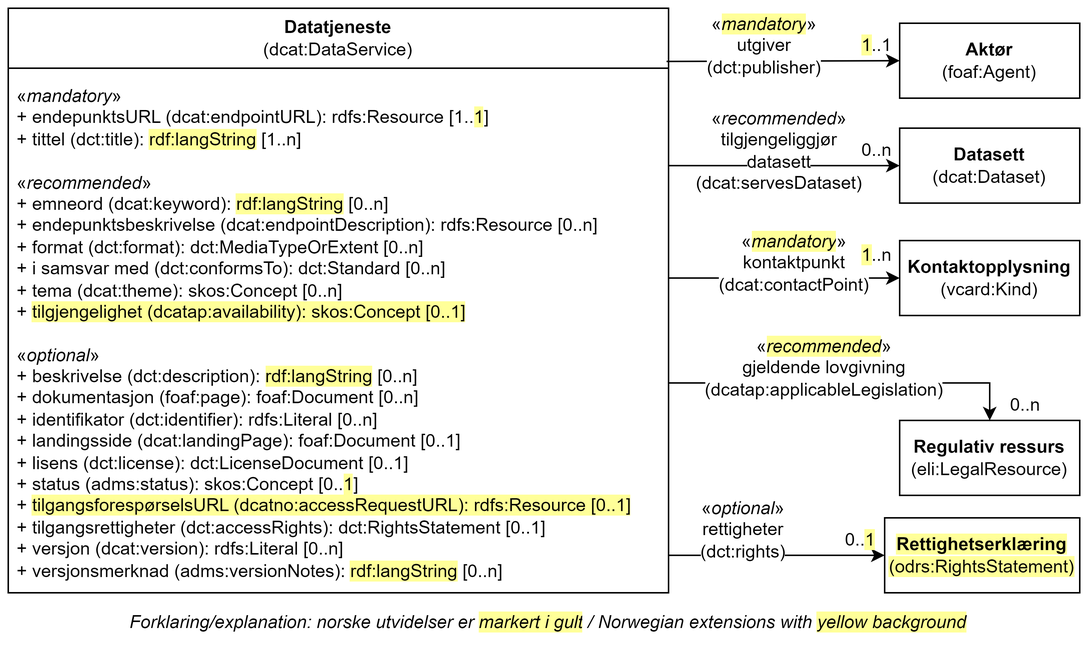
Earlier version of the draw.io export images/Klassen-Datatjeneste.png (Informasjonsforvaltning/dcat-ap-no). Source tidied: cells renumbered, new cells last; positions are measured from the earlier drawing's top-left corner, leaving out a move shared by most shapes.
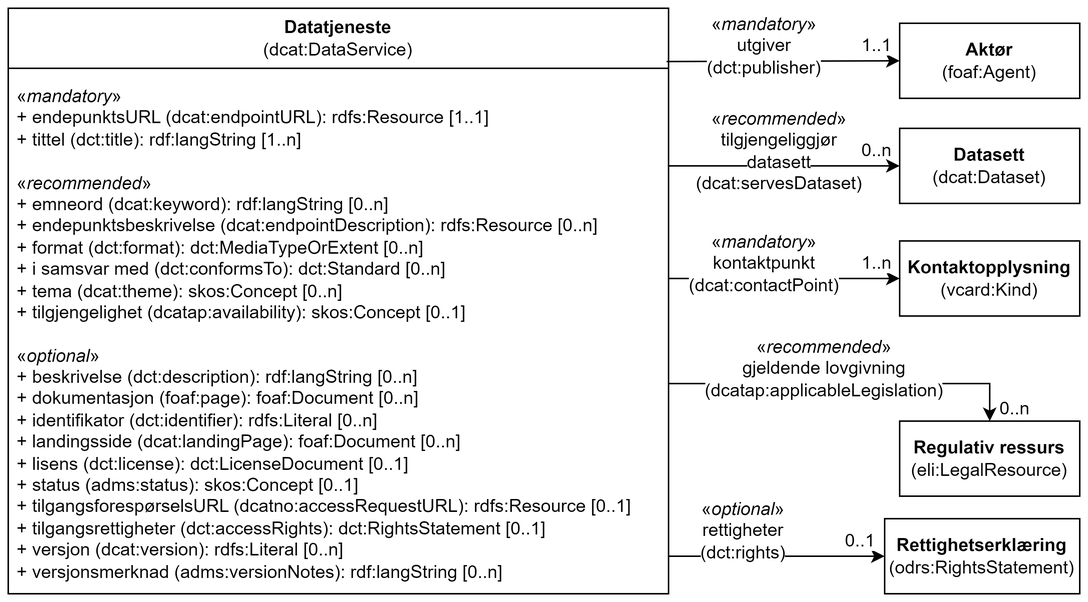
The same file after the commit.

What changed in the source:
```diff
@@ -5,7 +5,7 @@
     <mxCell id="2" value="Datatjeneste&lt;br&gt;&lt;span style=&quot;font-weight: normal;&quot;&gt;(dcat:DataService)&lt;/span&gt;" style="swimlane;whiteSpace=wrap;html=1;startSize=40;" parent="1" vertex="1">
       <mxGeometry width="440" height="390" as="geometry" />
     </mxCell>
-    <mxCell id="3" value="«&lt;i style=&quot;&quot;&gt;mandatory&lt;/i&gt;»&lt;br&gt;&lt;div&gt;+ endepunktsURL (dcat:endpointURL): rdfs:Resource [1..&lt;span style=&quot;background-color: rgb(255, 255, 153);&quot;&gt;1&lt;/span&gt;]&lt;/div&gt;&lt;div&gt;&lt;span style=&quot;background-color: initial;&quot;&gt;+ tittel (dct:title): &lt;/span&gt;&lt;span style=&quot;background-color: rgb(255, 255, 153);&quot;&gt;rdf:langString&lt;/span&gt;&lt;span style=&quot;background-color: initial;&quot;&gt; [1..n]&lt;/span&gt;&lt;br&gt;&lt;/div&gt;&lt;div&gt;&lt;br&gt;&lt;/div&gt;&lt;div&gt;&lt;div style=&quot;border-color: var(--border-color);&quot;&gt;«&lt;i style=&quot;border-color: var(--border-color);&quot;&gt;recommended&lt;/i&gt;»&lt;/div&gt;&lt;div style=&quot;border-color: var(--border-color);&quot;&gt;&lt;span style=&quot;background-color: initial;&quot;&gt;+ emneord (dcat:keyword):&amp;nbsp;&lt;/span&gt;&lt;span style=&quot;background-color: rgb(255, 255, 153);&quot;&gt;rdf:langString&lt;/span&gt;&lt;span style=&quot;background-color: initial;&quot;&gt;&amp;nbsp;[0..n]&lt;/span&gt;&lt;br&gt;&lt;/div&gt;&lt;div style=&quot;border-color: var(--border-color);&quot;&gt;+ endepunktsbeskrivelse (dcat:endpointDescription): rdfs:Resource [0..n]&lt;/div&gt;&lt;div style=&quot;border-color: var(--border-color);&quot;&gt;+ format (dct:format): dct:MediaTypeOrExtent [0..n]&lt;/div&gt;&lt;div style=&quot;border-color: var(--border-color);&quot;&gt;&lt;span style=&quot;background-color: initial;&quot;&gt;+ i samsvar med (dct:conformsTo): dct:Standard [0..n]&lt;/span&gt;&lt;br&gt;&lt;/div&gt;&lt;/div&gt;&lt;div style=&quot;border-color: var(--border-color);&quot;&gt;+ tema (dcat:theme): skos:Concept [0..n]&lt;br&gt;&lt;/div&gt;&lt;div style=&quot;border-color: var(--border-color);&quot;&gt;+ &lt;span style=&quot;background-color: rgb(255, 255, 153);&quot;&gt;tilgjengelighet (dcatap:availability): skos:Concept [0..1]&lt;/span&gt;&lt;br&gt;&lt;/div&gt;&lt;div style=&quot;border-color: var(--border-color);&quot;&gt;&lt;br&gt;&lt;/div&gt;&lt;div style=&quot;border-color: var(--border-color);&quot;&gt;&lt;div style=&quot;border-color: var(--border-color);&quot;&gt;«&lt;i style=&quot;border-color: var(--border-color);&quot;&gt;optional&lt;/i&gt;»&lt;/div&gt;&lt;div style=&quot;border-color: var(--border-color);&quot;&gt;+ beskrivelse (dct:description):&amp;nbsp;&lt;span style=&quot;background-color: rgb(255, 255, 153);&quot;&gt;rdf:langString&lt;/span&gt;&amp;nbsp;[0..n]&lt;/div&gt;&lt;div style=&quot;border-color: var(--border-color);&quot;&gt;+&amp;nbsp;&lt;span style=&quot;border-color: var(--border-color);&quot;&gt;dokumentasjon (foaf:page): foaf:Document [0..n]&lt;/span&gt;&lt;br&gt;&lt;/div&gt;&lt;div&gt;+ identifikator (dct:identifier): rdfs:Literal [0..n]&lt;/div&gt;&lt;div style=&quot;border-color: var(--border-color);&quot;&gt;&lt;span style=&quot;background-color: initial;&quot;&gt;+ landingsside (dcat:landingPage): foaf:Document [0..1]&lt;/span&gt;&lt;br&gt;&lt;/div&gt;&lt;div style=&quot;border-color: var(--border-color);&quot;&gt;+ lisens (dct:license): dct:LicenseDocument [0..1]&lt;/div&gt;&lt;div style=&quot;border-color: var(--border-color);&quot;&gt;+ status (adms:status): skos:Concept [0..&lt;span style=&quot;background-color: rgb(255, 255, 153);&quot;&gt;1&lt;/span&gt;]&lt;/div&gt;+&amp;nbsp;&lt;span style=&quot;background-color: rgb(255, 255, 153);&quot;&gt;tilgangsforespørselsURL (dcatno:accessRequestURL): rdfs:Resource [0..1]&lt;/span&gt;&lt;br&gt;&lt;div style=&quot;border-color: var(--border-color);&quot;&gt;+ tilgangsrettigheter (dct:accessRights): dct:RightsStatement [0..1]&lt;/div&gt;&lt;div style=&quot;border-color: var(--border-color);&quot;&gt;+ versjon (dcat:version): rdfs:Literal [0..n]&lt;br style=&quot;border-color: var(--border-color);&quot;&gt;+ versjonsmerknad (adms:versionNotes):&amp;nbsp;&lt;span style=&quot;background-color: rgb(255, 255, 153);&quot;&gt;rdf:langString&lt;/span&gt;&amp;nbsp;[0..n]&lt;br&gt;&lt;/div&gt;&lt;/div&gt;" style="text;strokeColor=none;fillColor=none;align=left;verticalAlign=top;spacingLeft=4;spacingRight=4;overflow=hidden;whiteSpace=wrap;html=1;fontStyle=0;" parent="2" vertex="1">
+    <mxCell id="3" value="«&lt;i style=&quot;&quot;&gt;mandatory&lt;/i&gt;»&lt;br&gt;&lt;div&gt;+ endepunktsURL (dcat:endpointURL): rdfs:Resource [1..1]&lt;/div&gt;&lt;div&gt;+ tittel (dct:title): rdf:langString [1..n]&lt;br&gt;&lt;/div&gt;&lt;div&gt;&lt;br&gt;&lt;/div&gt;&lt;div&gt;&lt;div style=&quot;border-color: var(--border-color);&quot;&gt;«&lt;i style=&quot;border-color: var(--border-color);&quot;&gt;recommended&lt;/i&gt;»&lt;/div&gt;&lt;div style=&quot;border-color: var(--border-color);&quot;&gt;+ emneord (dcat:keyword):&amp;nbsp;rdf:langString&amp;nbsp;[0..n]&lt;br&gt;&lt;/div&gt;&lt;div style=&quot;border-color: var(--border-color);&quot;&gt;+ endepunktsbeskrivelse (dcat:endpointDescription): rdfs:Resource [0..n]&lt;/div&gt;&lt;div style=&quot;border-color: var(--border-color);&quot;&gt;+ format (dct:format): dct:MediaTypeOrExtent [0..n]&lt;/div&gt;&lt;div style=&quot;border-color: var(--border-color);&quot;&gt;+ i samsvar med (dct:conformsTo): dct:Standard [0..n]&lt;br&gt;&lt;/div&gt;&lt;/div&gt;&lt;div style=&quot;border-color: var(--border-color);&quot;&gt;+ tema (dcat:theme): skos:Concept [0..n]&lt;br&gt;&lt;/div&gt;&lt;div style=&quot;border-color: var(--border-color);&quot;&gt;+ tilgjengelighet (dcatap:availability): skos:Concept [0..1]&lt;br&gt;&lt;/div&gt;&lt;div style=&quot;border-color: var(--border-color);&quot;&gt;&lt;br&gt;&lt;/div&gt;&lt;div style=&quot;border-color: var(--border-color);&quot;&gt;&lt;div style=&quot;border-color: var(--border-color);&quot;&gt;«&lt;i style=&quot;border-color: var(--border-color);&quot;&gt;optional&lt;/i&gt;»&lt;/div&gt;&lt;div style=&quot;border-color: var(--border-color);&quot;&gt;+ beskrivelse (dct:description):&amp;nbsp;rdf:langString&amp;nbsp;[0..n]&lt;/div&gt;&lt;div style=&quot;border-color: var(--border-color);&quot;&gt;+&amp;nbsp;&lt;span style=&quot;border-color: var(--border-color);&quot;&gt;dokumentasjon (foaf:page): foaf:Document [0..n]&lt;/span&gt;&lt;br&gt;&lt;/div&gt;&lt;div&gt;+ identifikator (dct:identifier): rdfs:Literal [0..n]&lt;/div&gt;&lt;div style=&quot;border-color: var(--border-color);&quot;&gt;+ landingsside (dcat:landingPage): foaf:Document [0..n]&lt;br&gt;&lt;/div&gt;&lt;div style=&quot;border-color: var(--border-color);&quot;&gt;+ lisens (dct:license): dct:LicenseDocument [0..1]&lt;/div&gt;&lt;div style=&quot;border-color: var(--border-color);&quot;&gt;+ status (adms:status): skos:Concept [0..1]&lt;/div&gt;+&amp;nbsp;tilgangsforespørselsURL (dcatno:accessRequestURL): rdfs:Resource [0..1]&lt;br&gt;&lt;div style=&quot;border-color: var(--border-color);&quot;&gt;+ tilgangsrettigheter (dct:accessRights): dct:RightsStatement [0..1]&lt;/div&gt;&lt;div style=&quot;border-color: var(--border-color);&quot;&gt;+ versjon (dcat:version): rdfs:Literal [0..n]&lt;br style=&quot;border-color: var(--border-color);&quot;&gt;+ versjonsmerknad (adms:versionNotes):&amp;nbsp;rdf:langString&amp;nbsp;[0..n]&lt;br&gt;&lt;/div&gt;&lt;/div&gt;" style="text;strokeColor=none;fillColor=none;align=left;verticalAlign=top;spacingLeft=4;spacingRight=4;overflow=hidden;whiteSpace=wrap;html=1;fontStyle=0;" parent="2" vertex="1">
       <mxGeometry y="45" width="430" height="335" as="geometry" />
     </mxCell>
     <mxCell id="4" value="&lt;b&gt;Aktør&lt;br&gt;&lt;/b&gt;(foaf:Agent)" style="rounded=0;whiteSpace=wrap;html=1;" parent="1" vertex="1">
@@ -17,10 +17,10 @@
     <mxCell id="6" style="endArrow=classic;html=1;rounded=0;entryX=0;entryY=0.5;entryDx=0;entryDy=0;exitX=0.997;exitY=0.091;exitDx=0;exitDy=0;exitPerimeter=0;" parent="1" edge="1" source="2" target="4">
       <mxGeometry relative="1" as="geometry" />
     </mxCell>
-    <mxCell id="7" value="&lt;div&gt;&lt;span style=&quot;background-color: rgb(255, 255, 255);&quot;&gt;«&lt;/span&gt;&lt;i style=&quot;background-color: rgb(255, 255, 153);&quot;&gt;mandatory&lt;/i&gt;&lt;span style=&quot;background-color: rgb(255, 255, 255);&quot;&gt;»&lt;/span&gt;&lt;/div&gt;&lt;div&gt;&lt;span style=&quot;background-color: rgb(255, 255, 255);&quot;&gt;utgiver (dct:publisher)&lt;/span&gt;&lt;/div&gt;" style="text;html=1;strokeColor=none;fillColor=none;align=center;verticalAlign=middle;whiteSpace=wrap;rounded=0;" parent="1" vertex="1">
+    <mxCell id="7" value="&lt;div&gt;&lt;span style=&quot;background-color: rgb(255, 255, 255);&quot;&gt;«&lt;i style=&quot;&quot;&gt;mandatory&lt;/i&gt;»&lt;/span&gt;&lt;/div&gt;&lt;div&gt;&lt;span style=&quot;background-color: rgb(255, 255, 255);&quot;&gt;utgiver (dct:publisher)&lt;/span&gt;&lt;/div&gt;" style="text;html=1;strokeColor=none;fillColor=none;align=center;verticalAlign=middle;whiteSpace=wrap;rounded=0;" parent="1" vertex="1">
       <mxGeometry x="474" y="10" width="60" height="30" as="geometry" />
     </mxCell>
-    <mxCell id="8" value="&lt;span style=&quot;background-color: rgb(255, 255, 153);&quot;&gt;1&lt;/span&gt;..1" style="text;html=1;strokeColor=none;fillColor=none;align=center;verticalAlign=middle;whiteSpace=wrap;rounded=0;" parent="1" vertex="1">
+    <mxCell id="8" value="&lt;span style=&quot;background-color: rgb(255, 255, 255);&quot;&gt;1..1&lt;/span&gt;" style="text;html=1;strokeColor=none;fillColor=none;align=center;verticalAlign=middle;whiteSpace=wrap;rounded=0;" parent="1" vertex="1">
       <mxGeometry x="564" y="15" width="30" height="20" as="geometry" />
     </mxCell>
     <mxCell id="9" value="0..n" style="text;html=1;strokeColor=none;fillColor=none;align=center;verticalAlign=middle;whiteSpace=wrap;rounded=0;" parent="1" vertex="1">
@@ -42,17 +42,17 @@
         <mxPoint x="440" y="180" as="sourcePoint" />
       </mxGeometry>
     </mxCell>
-    <mxCell id="14" value="&lt;span style=&quot;background-color: rgb(255, 255, 255);&quot;&gt;«&lt;/span&gt;&lt;i style=&quot;border-color: var(--border-color); text-align: left; background-color: rgb(255, 255, 153);&quot;&gt;mandatory&lt;/i&gt;&lt;span style=&quot;background-color: rgb(255, 255, 255); text-align: left;&quot;&gt;»&lt;br&gt;&lt;/span&gt;&lt;span style=&quot;background-color: rgb(255, 255, 255);&quot;&gt;kontaktpunkt&lt;/span&gt;&lt;br&gt;&lt;span style=&quot;background-color: rgb(255, 255, 255);&quot;&gt;(dcat:contactPoint)&lt;/span&gt;" style="text;html=1;strokeColor=none;fillColor=none;align=center;verticalAlign=middle;whiteSpace=wrap;rounded=0;" parent="1" vertex="1">
-      <mxGeometry x="494" y="155" width="60" height="30" as="geometry" />
+    <mxCell id="14" value="&lt;span style=&quot;background-color: rgb(255, 255, 255);&quot;&gt;«&lt;i style=&quot;border-color: var(--border-color); text-align: left;&quot;&gt;mandatory&lt;/i&gt;&lt;span style=&quot;text-align: left;&quot;&gt;»&lt;br&gt;&lt;/span&gt;kontaktpunkt&lt;br&gt;(dcat:contactPoint)&lt;/span&gt;" style="text;html=1;strokeColor=none;fillColor=none;align=center;verticalAlign=middle;whiteSpace=wrap;rounded=0;" parent="1" vertex="1">
+      <mxGeometry x="474" y="155" width="60" height="30" as="geometry" />
     </mxCell>
-    <mxCell id="15" value="&lt;span style=&quot;background-color: rgb(255, 255, 153);&quot;&gt;1&lt;/span&gt;..n" style="text;html=1;strokeColor=none;fillColor=none;align=center;verticalAlign=middle;whiteSpace=wrap;rounded=0;" parent="1" vertex="1">
-      <mxGeometry x="564" y="155" width="30" height="20" as="geometry" />
+    <mxCell id="15" value="&lt;span style=&quot;background-color: rgb(255, 255, 255);&quot;&gt;1..n&lt;/span&gt;" style="text;html=1;strokeColor=none;fillColor=none;align=center;verticalAlign=middle;whiteSpace=wrap;rounded=0;" parent="1" vertex="1">
+      <mxGeometry x="564" y="160" width="30" height="20" as="geometry" />
     </mxCell>
     <mxCell id="16" value="&lt;b&gt;Regulativ ressurs&lt;/b&gt;&lt;br&gt;(eli:LegalResource)" style="html=1;whiteSpace=wrap;" parent="1" vertex="1">
       <mxGeometry x="594" y="275" width="120" height="50" as="geometry" />
     </mxCell>
     <mxCell id="17" value="0..n" style="text;html=1;strokeColor=none;fillColor=none;align=center;verticalAlign=middle;whiteSpace=wrap;rounded=0;" parent="1" vertex="1">
-      <mxGeometry x="664" y="255" width="28" height="20" as="geometry" />
+      <mxGeometry x="657" y="257" width="28" height="20" as="geometry" />
     </mxCell>
     <mxCell id="18" style="endArrow=classic;html=1;rounded=0;entryX=0.5;entryY=0;entryDx=0;entryDy=0;" parent="1" edge="1" target="16">
       <mxGeometry relative="1" as="geometry">
@@ -62,13 +62,10 @@
         </Array>
       </mxGeometry>
     </mxCell>
-    <mxCell id="19" value="«&lt;i style=&quot;background-color: rgb(255, 255, 153);&quot;&gt;recommended&lt;/i&gt;»&lt;br&gt;&lt;span style=&quot;background-color: rgb(255, 255, 255);&quot;&gt;gjeldende lovgivning&lt;br&gt;(dcatap:applicableLegislation)&lt;/span&gt;" style="text;html=1;align=center;verticalAlign=middle;whiteSpace=wrap;rounded=0;" parent="1" vertex="1">
+    <mxCell id="19" value="&lt;span style=&quot;background-color: rgb(255, 255, 255);&quot;&gt;«&lt;i style=&quot;&quot;&gt;recommended&lt;/i&gt;»&lt;br&gt;gjeldende lovgivning&lt;br&gt;(dcatap:applicableLegislation)&lt;/span&gt;" style="text;html=1;align=center;verticalAlign=middle;whiteSpace=wrap;rounded=0;" parent="1" vertex="1">
       <mxGeometry x="514" y="225" width="60" height="30" as="geometry" />
     </mxCell>
-    <mxCell id="20" value="Forklaring/explanation: norske utvidelser er&amp;nbsp;&lt;span style=&quot;background-color: rgb(255, 255, 153);&quot;&gt;markert i gult&lt;/span&gt;&lt;span style=&quot;background-color: rgb(255 , 255 , 255)&quot;&gt;&amp;nbsp;/&amp;nbsp;Norwegian extensions with &lt;/span&gt;&lt;span style=&quot;background-color: rgb(255, 255, 153);&quot;&gt;yellow background&lt;/span&gt;" style="text;html=1;strokeColor=none;fillColor=none;align=center;verticalAlign=middle;whiteSpace=wrap;rounded=0;fontStyle=2;" parent="1" vertex="1">
-      <mxGeometry x="20" y="400" width="680" height="20" as="geometry" />
-    </mxCell>
-    <mxCell id="21" value="&lt;span style=&quot;background-color: rgb(255, 255, 153);&quot;&gt;&lt;b&gt;Rettighetserklæring&lt;/b&gt;&lt;br&gt;(odrs:RightsStatement)&lt;/span&gt;" style="html=1;whiteSpace=wrap;" parent="1" vertex="1">
+    <mxCell id="21" value="&lt;b style=&quot;&quot;&gt;Rettighetserklæring&lt;/b&gt;&lt;br&gt;(odrs:RightsStatement)" style="html=1;whiteSpace=wrap;" parent="1" vertex="1">
       <mxGeometry x="584" y="340" width="130" height="50" as="geometry" />
     </mxCell>
     <mxCell id="22" style="endArrow=classic;html=1;rounded=0;entryX=0;entryY=0.5;entryDx=0;entryDy=0;" parent="1" edge="1" target="21">
@@ -79,7 +76,7 @@
     <mxCell id="23" value="&lt;span style=&quot;background-color: rgb(255, 255, 255);&quot;&gt;«&lt;i style=&quot;&quot;&gt;optional&lt;/i&gt;»&lt;br&gt;&lt;span style=&quot;color: rgb(0, 0, 0); font-family: Helvetica; font-size: 12px; font-style: normal; font-variant-ligatures: normal; font-variant-caps: normal; font-weight: 400; letter-spacing: normal; orphans: 2; text-align: left; text-indent: 0px; text-transform: none; widows: 2; word-spacing: 0px; -webkit-text-stroke-width: 0px; white-space: normal; text-decoration-thickness: initial; text-decoration-style: initial; text-decoration-color: initial; float: none; display: inline !important;&quot;&gt;rettigheter (dct:rights)&lt;/span&gt;&lt;/span&gt;&lt;div&gt;&lt;br&gt;&lt;/div&gt;" style="text;html=1;align=center;verticalAlign=middle;whiteSpace=wrap;rounded=0;" parent="1" vertex="1">
       <mxGeometry x="460" y="340" width="60" height="30" as="geometry" />
     </mxCell>
-    <mxCell id="24" value="0..&lt;span style=&quot;background-color: rgb(255, 255, 153);&quot;&gt;1&lt;/span&gt;" style="text;html=1;strokeColor=none;fillColor=none;align=center;verticalAlign=middle;whiteSpace=wrap;rounded=0;" parent="1" vertex="1">
+    <mxCell id="24" value="&lt;span style=&quot;background-color: rgb(255, 255, 255);&quot;&gt;0..1&lt;/span&gt;" style="text;html=1;strokeColor=none;fillColor=none;align=center;verticalAlign=middle;whiteSpace=wrap;rounded=0;" parent="1" vertex="1">
       <mxGeometry x="552" y="345" width="32" height="20" as="geometry" />
     </mxCell>
   </root>
```
